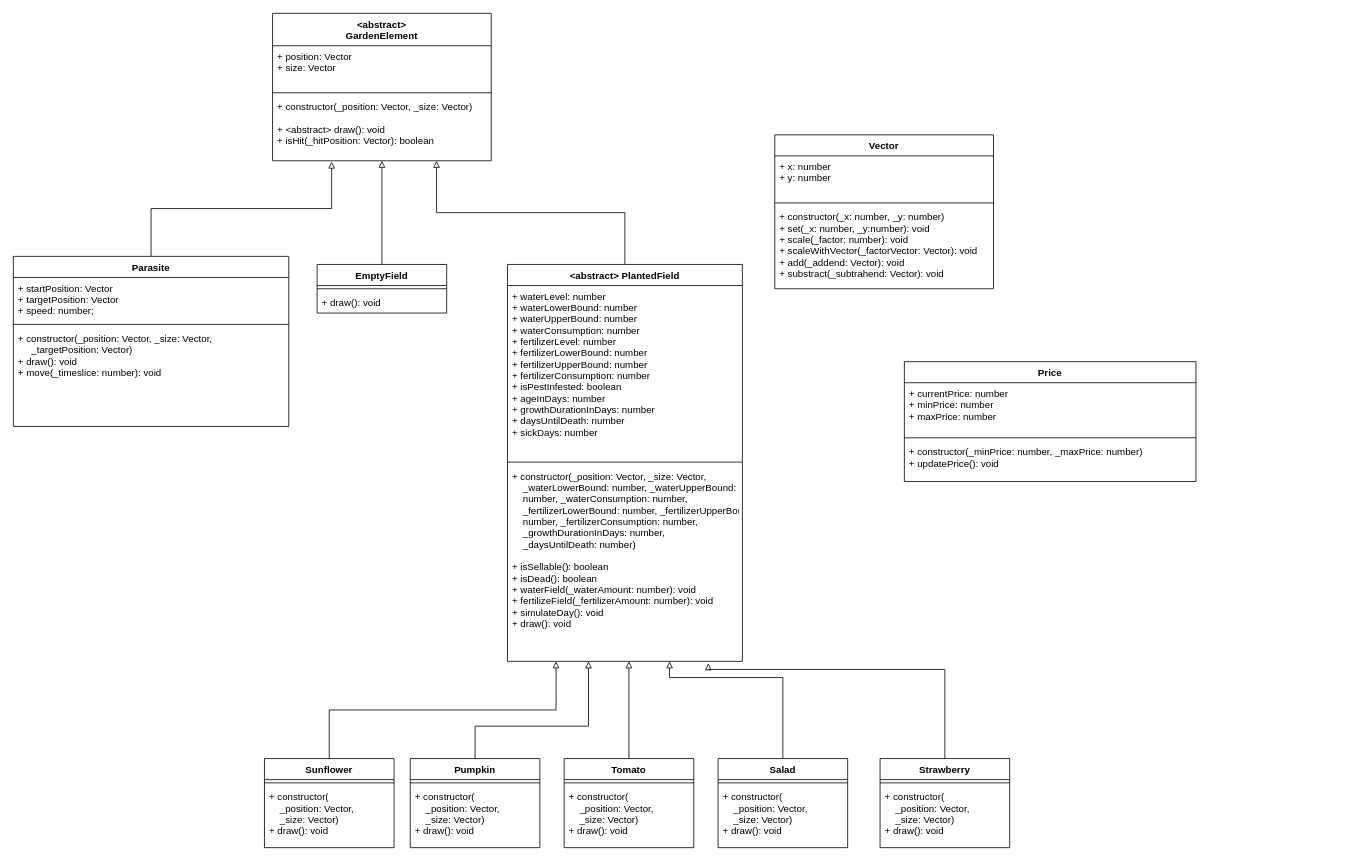
The draw.io diagram Endabgabe/class-diagram.drawio in AnjaWeber/EIA2, before the edit. Source tidied: cells renumbered, new cells numbered last; positions are measured from the earlier drawing's top-left corner, leaving out a move shared by most shapes. Both pictures are drawn from the tidied source at 81%, with x=0, y=0 at pixel (13, 13).
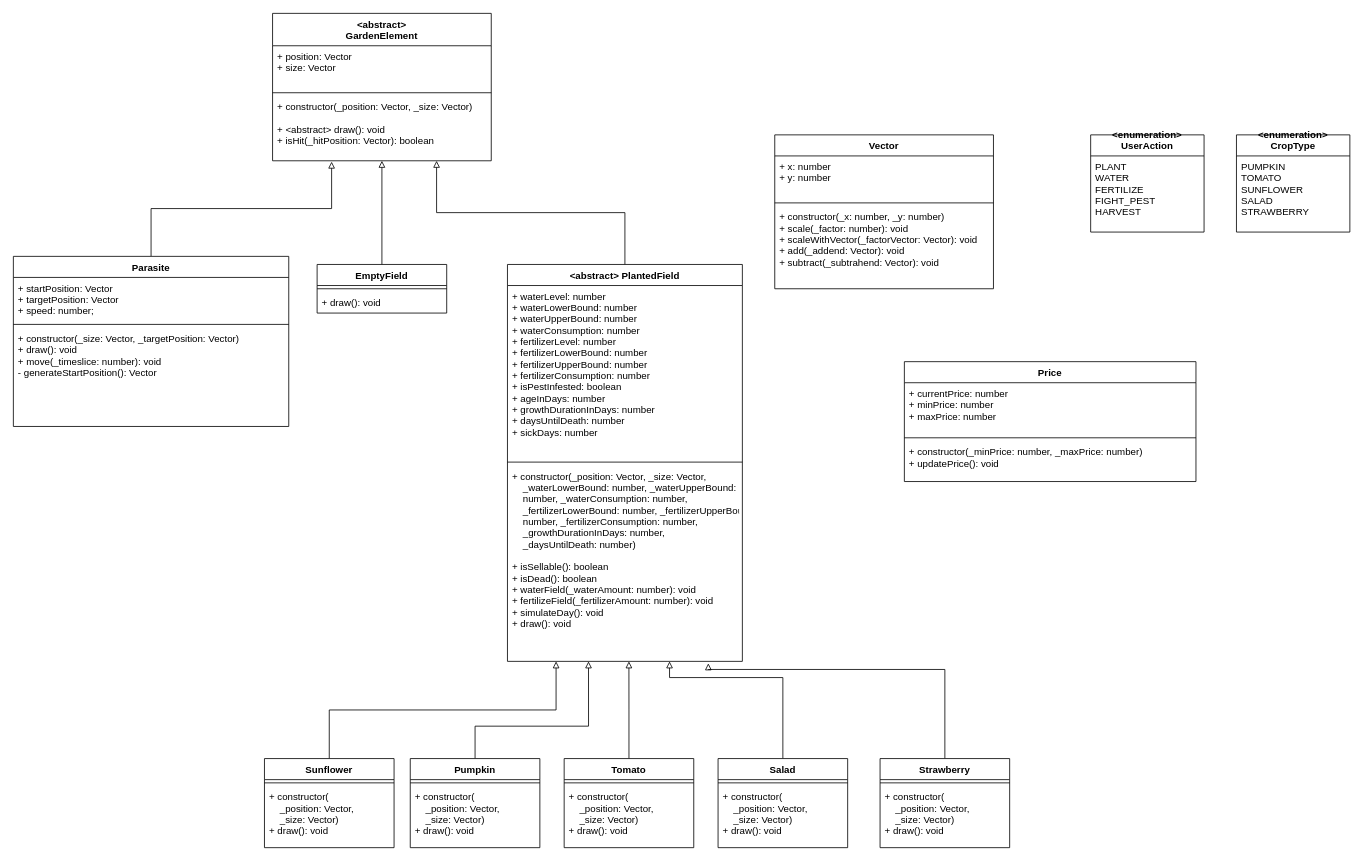
Above is the later version.

Unchanged cells that the change refers to:
```xml
<mxCell id="6" value="Vector" style="swimlane;fontStyle=1;align=center;verticalAlign=top;horizontal=1;startSize=26;" parent="1" vertex="1">
  <mxGeometry x="940" y="150" width="270" height="190" as="geometry" />
</mxCell>
<mxCell id="11" value="Parasite" style="swimlane;fontStyle=1;align=center;verticalAlign=top;horizontal=1;startSize=26;" parent="1" vertex="1">
  <mxGeometry y="300" width="340" height="210" as="geometry" />
</mxCell>
```

The edit, as a diff of the source:
```diff
@@
-    <mxCell id="9" value="+ constructor(_x: number, _y: number)&#10;+ set(_x: number, _y:number): void&#10;+ scale(_factor: number): void&#10;+ scaleWithVector(_factorVector: Vector): void&#10;+ add(_addend: Vector): void&#10;+ substract(_subtrahend: Vector): void&#10;&#10;" style="text;strokeColor=none;fillColor=none;align=left;verticalAlign=top;spacingLeft=4;spacingRight=4;overflow=hidden;" parent="6" vertex="1">
+    <mxCell id="9" value="+ constructor(_x: number, _y: number)&#10;+ scale(_factor: number): void&#10;+ scaleWithVector(_factorVector: Vector): void&#10;+ add(_addend: Vector): void&#10;+ subtract(_subtrahend: Vector): void&#10;&#10;" style="text;strokeColor=none;fillColor=none;align=left;verticalAlign=top;spacingLeft=4;spacingRight=4;overflow=hidden;" parent="6" vertex="1">
       <mxGeometry y="88" width="270" height="102" as="geometry" />
     </mxCell>
@@
-    <mxCell id="14" value="+ constructor(_position: Vector, _size: Vector,&#10;     _targetPosition: Vector)&#10;+ draw(): void&#10;+ move(_timeslice: number): void&#10;" style="text;strokeColor=none;fillColor=none;align=left;verticalAlign=top;spacingLeft=4;spacingRight=4;overflow=hidden;" parent="11" vertex="1">
+    <mxCell id="14" value="+ constructor(_size: Vector, _targetPosition: Vector)&#10;+ draw(): void&#10;+ move(_timeslice: number): void&#10;- generateStartPosition(): Vector&#10;" style="text;strokeColor=none;fillColor=none;align=left;verticalAlign=top;spacingLeft=4;spacingRight=4;overflow=hidden;" parent="11" vertex="1">
       <mxGeometry y="88" width="340" height="122" as="geometry" />
     </mxCell>
@@
+    <mxCell id="48" value="&lt;enumeration&gt;&#10;UserAction&#10;" style="swimlane;fontStyle=1;horizontal=1;startSize=26;fillColor=none;" parent="1" vertex="1">
+      <mxGeometry x="1330" y="150" width="140" height="120" as="geometry" />
+    </mxCell>
+    <mxCell id="49" value="PLANT&#10;WATER&#10;FERTILIZE&#10;FIGHT_PEST&#10;HARVEST&#10;" style="text;strokeColor=none;fillColor=none;align=left;verticalAlign=top;spacingLeft=4;spacingRight=4;overflow=hidden;" parent="48" vertex="1">
+      <mxGeometry y="26" width="140" height="94" as="geometry" />
+    </mxCell>
+    <mxCell id="50" value="&lt;enumeration&gt;&#10;CropType&#10;" style="swimlane;fontStyle=1;horizontal=1;startSize=26;fillColor=none;" parent="1" vertex="1">
+      <mxGeometry x="1510" y="150" width="140" height="120" as="geometry" />
+    </mxCell>
+    <mxCell id="51" value="PUMPKIN&#10;TOMATO&#10;SUNFLOWER&#10;SALAD&#10;STRAWBERRY&#10;" style="text;strokeColor=none;fillColor=none;align=left;verticalAlign=top;spacingLeft=4;spacingRight=4;overflow=hidden;" parent="50" vertex="1">
+      <mxGeometry y="26" width="140" height="94" as="geometry" />
+    </mxCell>
```
